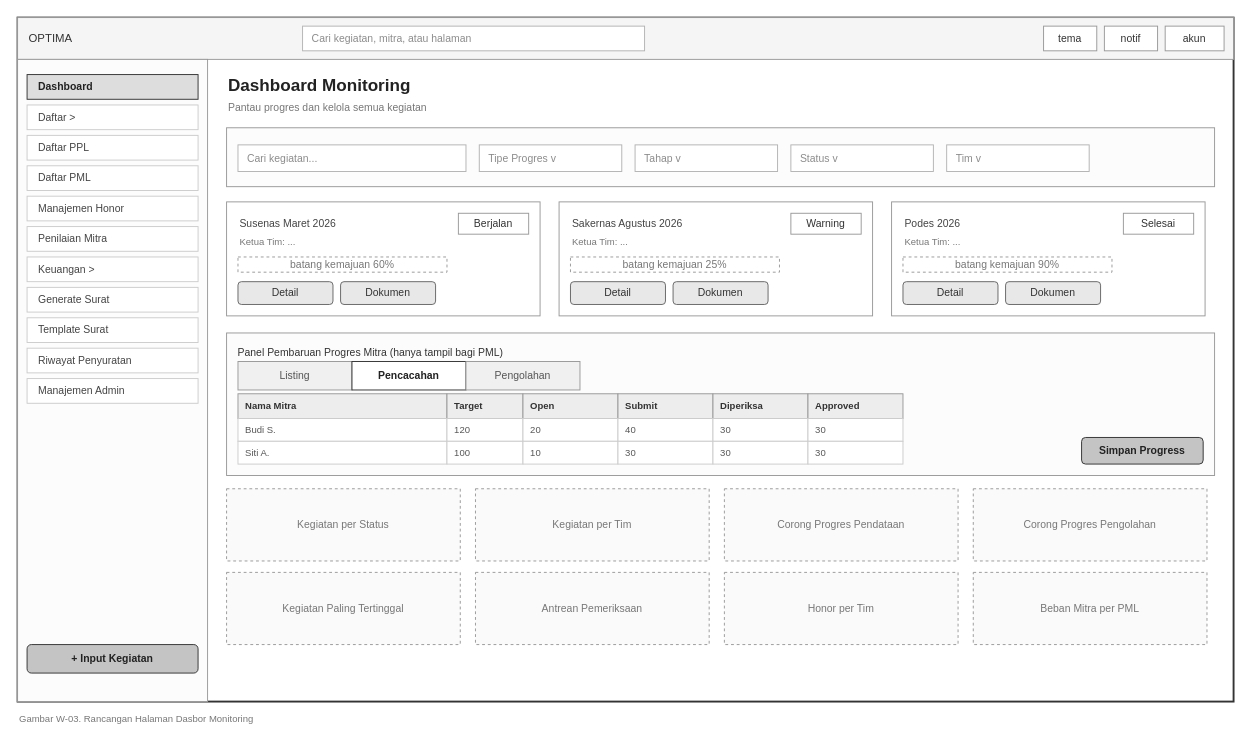
This is page "W-03 Dasbor Monitoring" (3 of 18) of docs/diagram/15-wireframe.drawio from kharis5870/Kharisma, a draw.io file, before an edit. Source tidied: cells renumbered, new cells numbered last; positions are measured from the earlier drawing's top-left corner, leaving out a move shared by most shapes. Both pictures are drawn from the tidied source at 95%, with x=0, y=0 at pixel (17, 17).
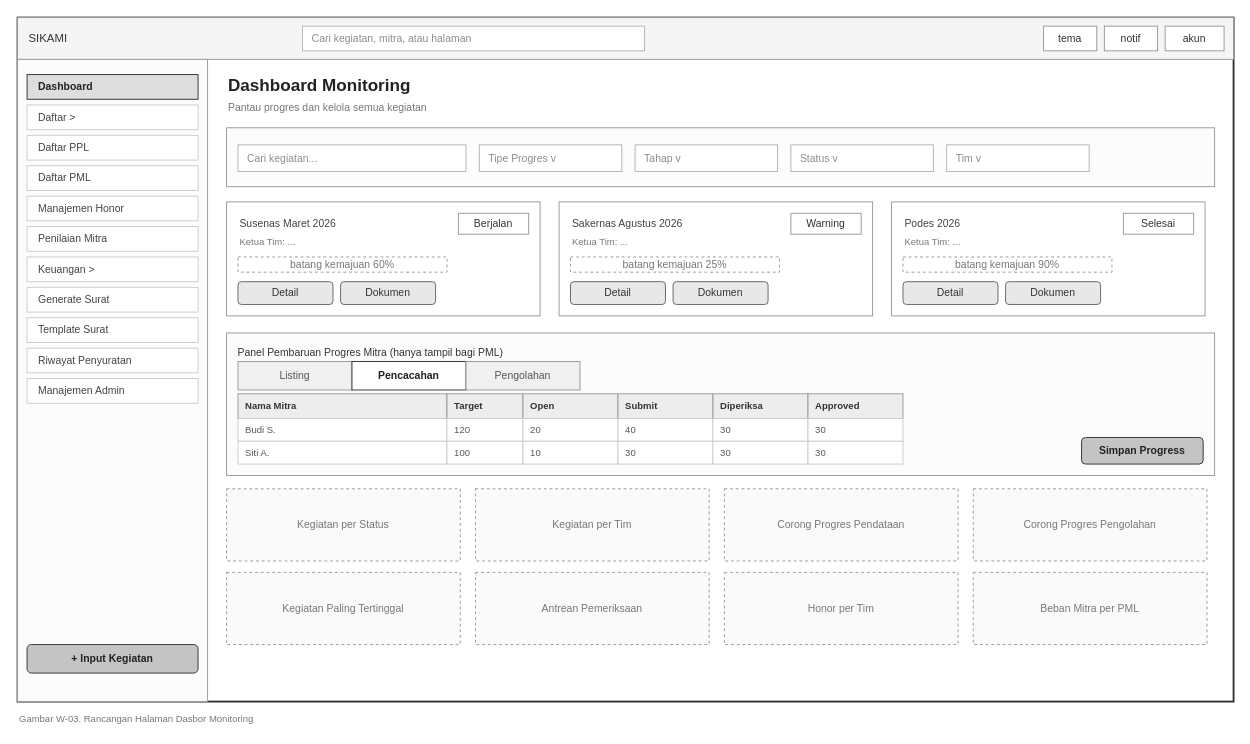
After the change.

Diff of the diagram source:
```diff
@@
-    <mxCell id="4" value="OPTIMA" style="rounded=0;whiteSpace=wrap;html=1;fontFamily=Arial;fillColor=#F5F5F5;strokeColor=#999999;align=left;spacingLeft=10;fontSize=12;fontColor=#333333;" parent="1" vertex="1">
+    <mxCell id="4" value="SIKAMI" style="rounded=0;whiteSpace=wrap;html=1;fontFamily=Arial;fillColor=#F5F5F5;strokeColor=#999999;align=left;spacingLeft=10;fontSize=12;fontColor=#333333;" parent="1" vertex="1">
       <mxGeometry width="1280" height="44" as="geometry" />
     </mxCell>
```
